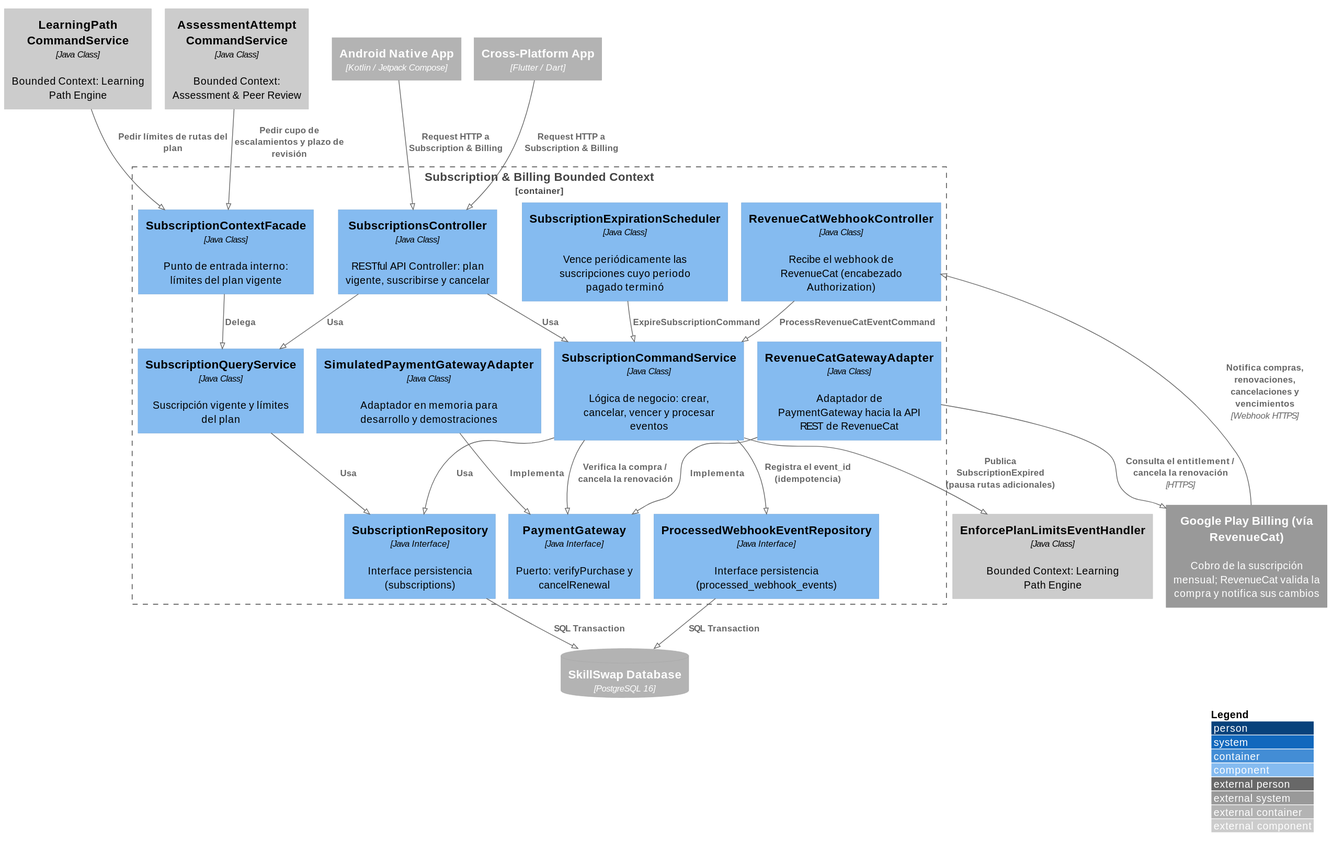
The PlantUML diagram images-doc/SubscriptionBillingComponent.svg in Aplicaciones-Dispositivos-Moviles/SkillSwap-ProjectReport, before a commit.
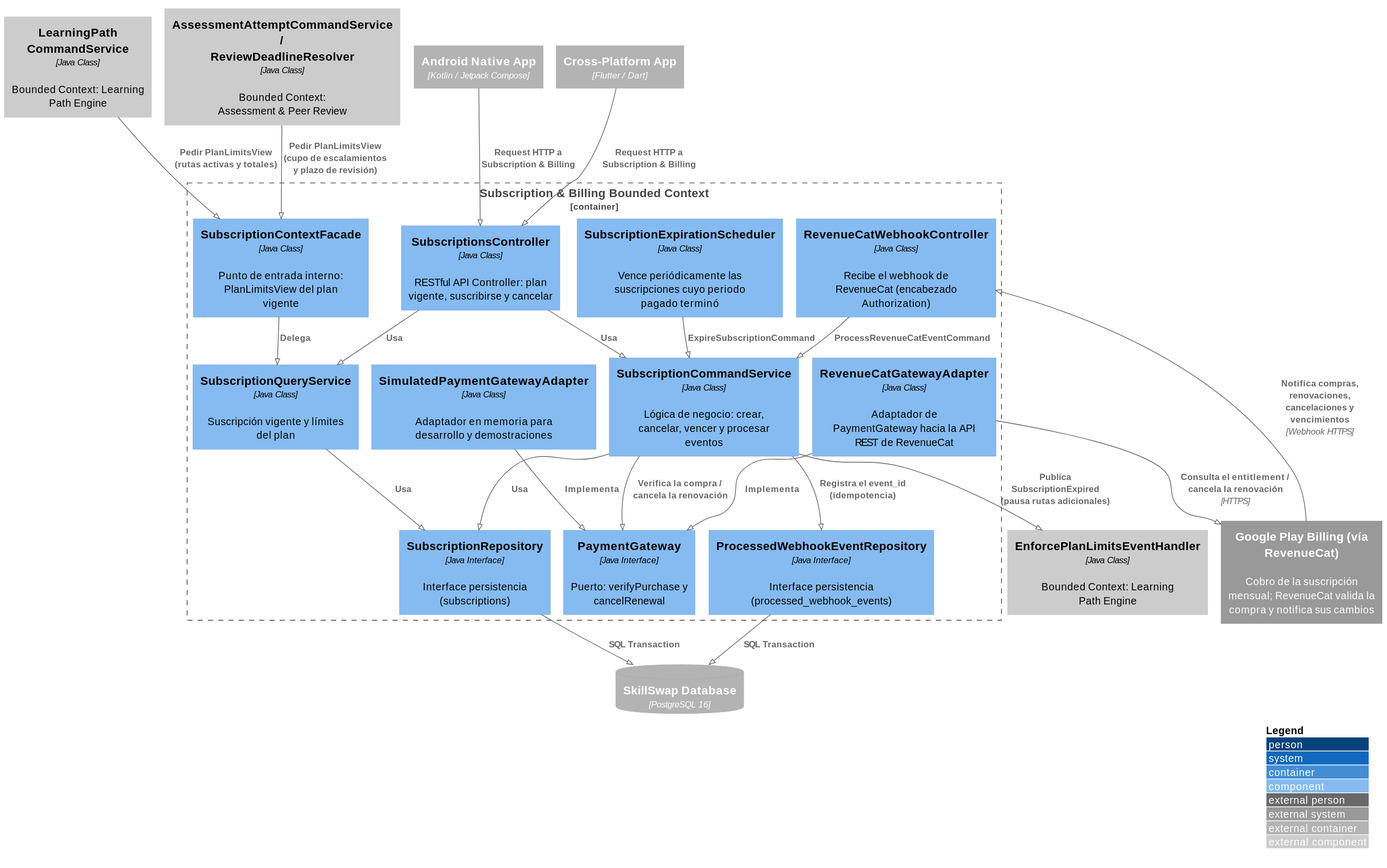
The same diagram one commit later.

What changed in the source:
```diff
@@ -20,12 +20,12 @@
     Component(simulatedAdapter, "SimulatedPaymentGatewayAdapter", "Java Class", "Adaptador en memoria para desarrollo y demostraciones")
     Component(subscriptionRepository, "SubscriptionRepository", "Java Interface", "Interface persistencia (subscriptions)")
     Component(webhookEventRepository, "ProcessedWebhookEventRepository", "Java Interface", "Interface persistencia (processed_webhook_events)")
-    Component(subscriptionContextFacade, "SubscriptionContextFacade", "Java Class", "Punto de entrada interno: límites del plan vigente")
+    Component(subscriptionContextFacade, "SubscriptionContextFacade", "Java Class", "Punto de entrada interno: PlanLimitsView del plan vigente")
 }
 
 Component_Ext(learningPathCommandService, "LearningPath CommandService", "Java Class", "Bounded Context: Learning Path Engine")
 Component_Ext(enforcePlanLimitsHandler, "EnforcePlanLimitsEventHandler", "Java Class", "Bounded Context: Learning Path Engine")
-Component_Ext(assessmentCommandService, "AssessmentAttempt CommandService", "Java Class", "Bounded Context: Assessment & Peer Review")
+Component_Ext(assessmentCommandService, "AssessmentAttemptCommandService / ReviewDeadlineResolver", "Java Class", "Bounded Context: Assessment & Peer Review")
 
 Rel(androidApp, subscriptionsController, "Request HTTP a Subscription & Billing")
 Rel(flutterApp, subscriptionsController, "Request HTTP a Subscription & Billing")
@@ -48,7 +48,7 @@
 Rel(webhookEventRepository, mainDB, "SQL Transaction")
 
 Rel(subscriptionContextFacade, subscriptionQueryService, "Delega")
-Rel(learningPathCommandService, subscriptionContextFacade, "Pedir límites de rutas del plan")
-Rel(assessmentCommandService, subscriptionContextFacade, "Pedir cupo de escalamientos y plazo de revisión")
+Rel(learningPathCommandService, subscriptionContextFacade, "Pedir PlanLimitsView (rutas activas y totales)")
+Rel(assessmentCommandService, subscriptionContextFacade, "Pedir PlanLimitsView (cupo de escalamientos y plazo de revisión)")
 Rel(subscriptionCommandService, enforcePlanLimitsHandler, "Publica SubscriptionExpired (pausa rutas adicionales)")
 @enduml
```
